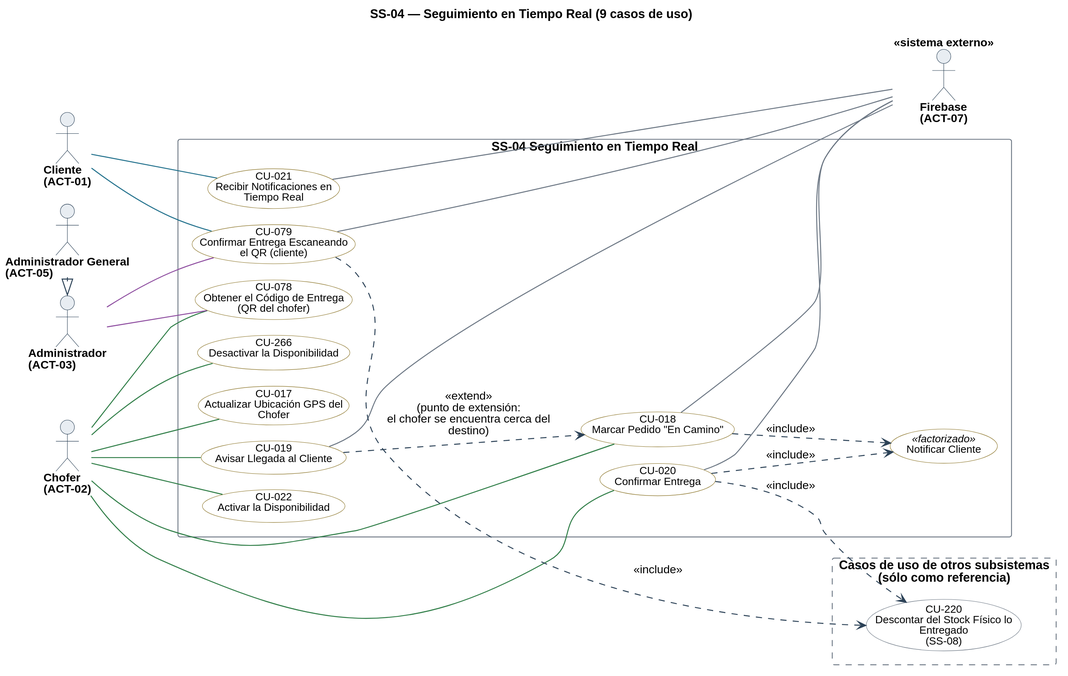
Before: diagramas/uml/CU_SS-04_Seguimiento-En-Tiempo-Real.svg, a diagram exported from PlantUML (Nahuelito-Dev/splg-docs).
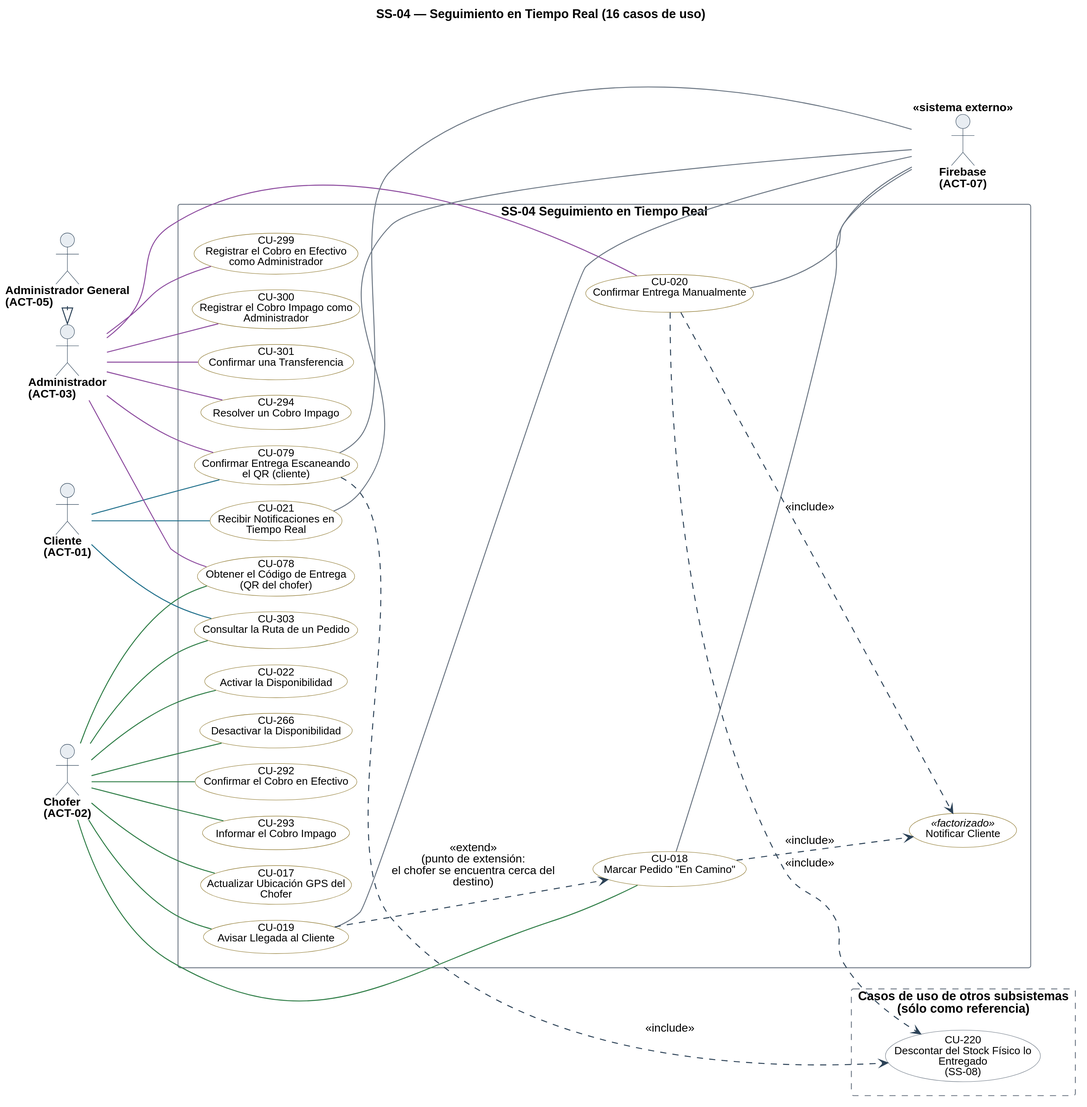
The same diagram one commit later.

Change to the diagram source:
```diff
@@ -1,5 +1,5 @@
 @startuml
-title SS-04 — Seguimiento en Tiempo Real (9 casos de uso)
+title SS-04 — Seguimiento en Tiempo Real (16 casos de uso)
 left to right direction
 skinparam backgroundColor #FFFFFF
 skinparam shadowing false
@@ -44,12 +44,19 @@
   usecase "CU-017\nActualizar Ubicación GPS del\nChofer" as U017 #back:FFFFFF;line:8A7326
   usecase "CU-018\nMarcar Pedido "En Camino"" as U018 #back:FFFFFF;line:8A7326
   usecase "CU-019\nAvisar Llegada al Cliente" as U019 #back:FFFFFF;line:8A7326
-  usecase "CU-020\nConfirmar Entrega" as U020 #back:FFFFFF;line:8A7326
+  usecase "CU-020\nConfirmar Entrega Manualmente" as U020 #back:FFFFFF;line:8A7326
   usecase "CU-021\nRecibir Notificaciones en\nTiempo Real" as U021 #back:FFFFFF;line:8A7326
   usecase "CU-022\nActivar la Disponibilidad" as U022 #back:FFFFFF;line:8A7326
   usecase "CU-078\nObtener el Código de Entrega\n(QR del chofer)" as U078 #back:FFFFFF;line:8A7326
   usecase "CU-079\nConfirmar Entrega Escaneando\nel QR (cliente)" as U079 #back:FFFFFF;line:8A7326
   usecase "CU-266\nDesactivar la Disponibilidad" as U266 #back:FFFFFF;line:8A7326
+  usecase "CU-292\nConfirmar el Cobro en Efectivo" as U292 #back:FFFFFF;line:8A7326
+  usecase "CU-293\nInformar el Cobro Impago" as U293 #back:FFFFFF;line:8A7326
+  usecase "CU-294\nResolver un Cobro Impago" as U294 #back:FFFFFF;line:8A7326
+  usecase "CU-299\nRegistrar el Cobro en Efectivo\ncomo Administrador" as U299 #back:FFFFFF;line:8A7326
+  usecase "CU-300\nRegistrar el Cobro Impago como\nAdministrador" as U300 #back:FFFFFF;line:8A7326
+  usecase "CU-301\nConfirmar una Transferencia" as U301 #back:FFFFFF;line:8A7326
+  usecase "CU-303\nConsultar la Ruta de un Pedido" as U303 #back:FFFFFF;line:8A7326
   usecase "Notificar Cliente" as F_AVISO <<factorizado>> #back:FFFFFF;line:8A7326
 }
 
@@ -59,15 +66,23 @@
 
 A01 -[#1F6F8B]- U021
 A01 -[#1F6F8B]- U079
+A01 -[#1F6F8B]- U303
 A02 -[#2E7D46]- U017
 A02 -[#2E7D46]- U018
 A02 -[#2E7D46]- U019
-A02 -[#2E7D46]- U020
 A02 -[#2E7D46]- U022
 A02 -[#2E7D46]- U078
 A02 -[#2E7D46]- U266
+A02 -[#2E7D46]- U292
+A02 -[#2E7D46]- U293
+A02 -[#2E7D46]- U303
+A03 -[#8C4A9E]- U020
 A03 -[#8C4A9E]- U078
 A03 -[#8C4A9E]- U079
+A03 -[#8C4A9E]- U294
+A03 -[#8C4A9E]- U299
+A03 -[#8C4A9E]- U300
+A03 -[#8C4A9E]- U301
 U019 -[#6B7683]- A07
 U018 -[#6B7683]- A07
 U020 -[#6B7683]- A07
```
